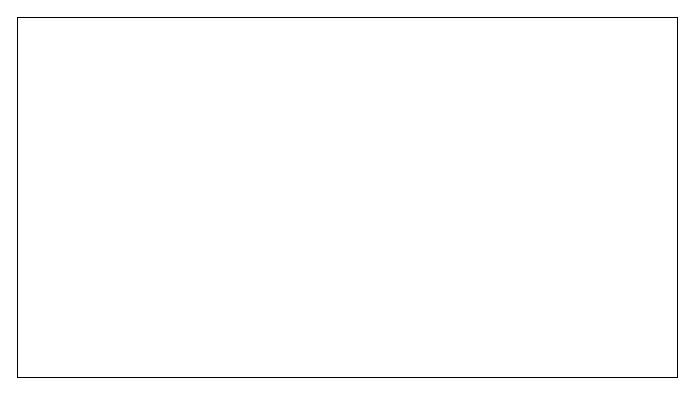
This is httpd_ns.drawio from jiankunking/diagrams, a draw.io file, before an edit. Source tidied: cells renumbered, new cells numbered last; positions are measured from the earlier drawing's top-left corner, leaving out a move shared by most shapes. Both pictures are drawn from the tidied source at 100%, with x=0, y=0 at pixel (17, 17).
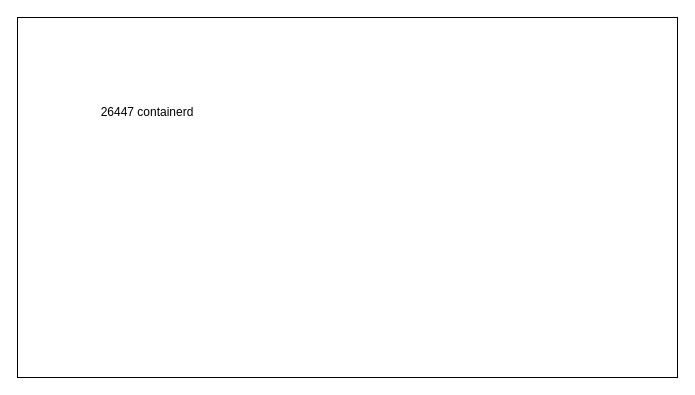
Above is the later version.

Change to the diagram source:
```diff
@@
 <mxGraphModel>
   <root>
     <mxCell id="0" />
     <mxCell id="1" parent="0" />
     <mxCell id="2" style="rounded=0;whiteSpace=wrap;html=1;" parent="1" vertex="1">
       <mxGeometry width="660" height="360" as="geometry" />
     </mxCell>
+    <mxCell id="3" value="26447 containerd" style="text;html=1;strokeColor=none;fillColor=none;align=center;verticalAlign=middle;whiteSpace=wrap;rounded=0;" parent="1" vertex="1">
+      <mxGeometry x="70" y="80" width="120" height="30" as="geometry" />
+    </mxCell>
   </root>
 </mxGraphModel>
```
